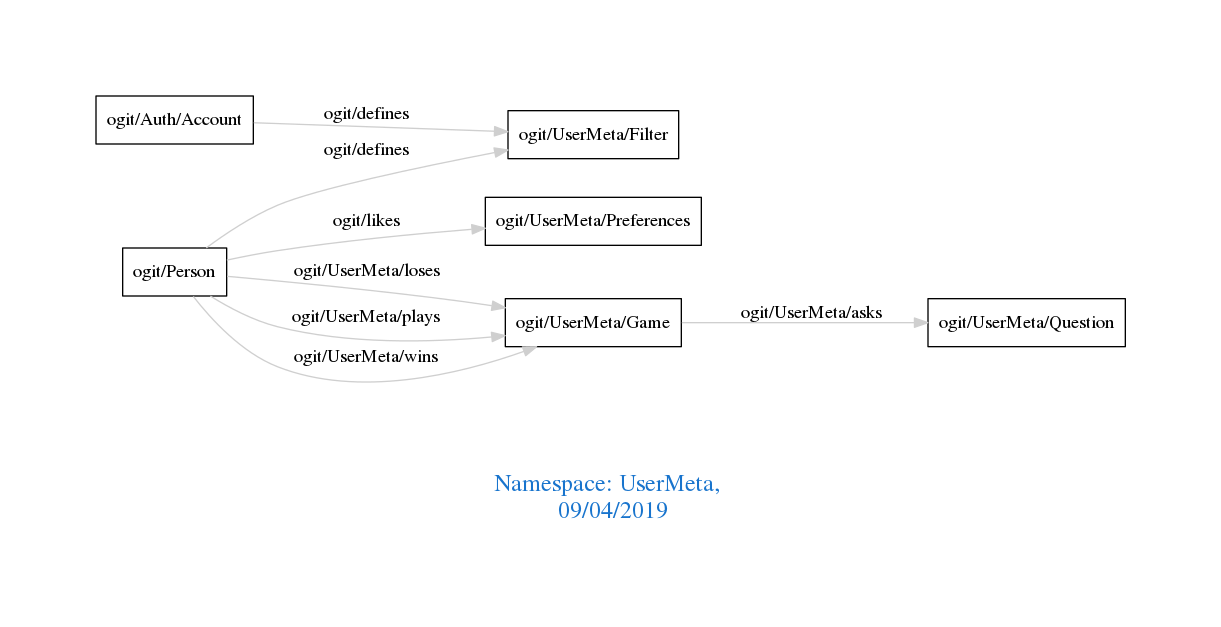
arago/OGIT keeps this Graphviz diagram as downloads/UserMeta.png. Above is the earlier version. Its source is kept beside it as downloads/UserMeta.dot.
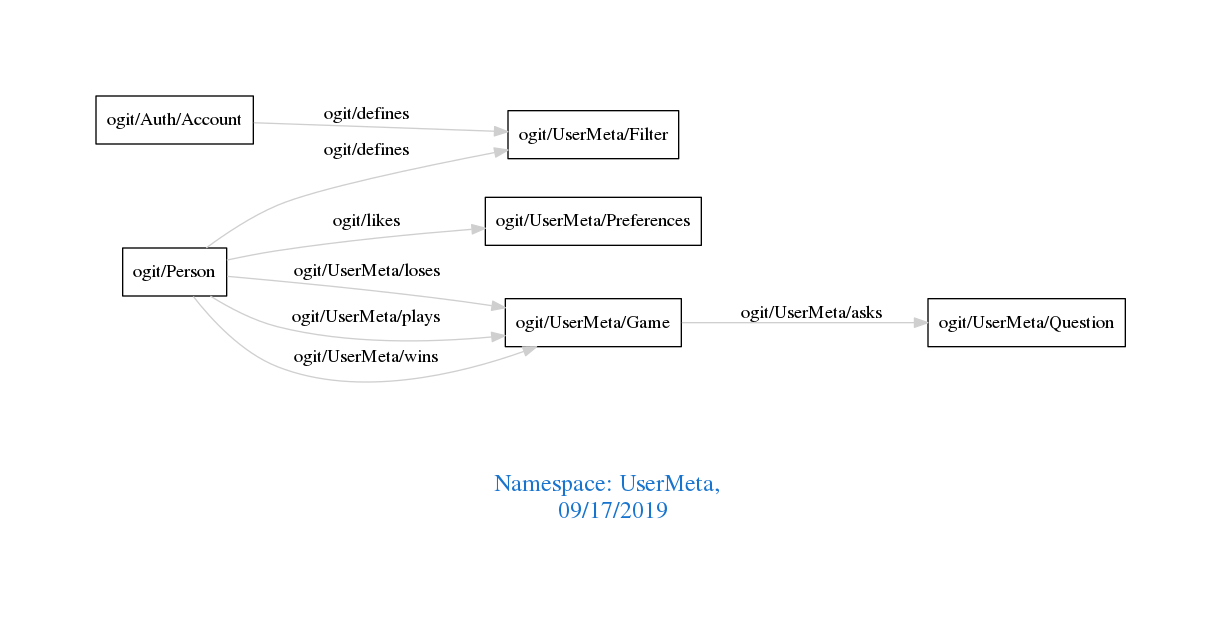
Later version of the same file.

The edit, as a diff of the source:
```diff
@@ -1,7 +1,7 @@
 digraph OGIT_ontology {
  graph [ rankdir= LR,pad=1
 fontsize = 18,
-fontcolor= dodgerblue3,label = "\n\n\nNamespace: UserMeta, \n 09/04/2019"];
+fontcolor= dodgerblue3,label = "\n\n\nNamespace: UserMeta, \n 09/17/2019"];
 node[shape=polygon];
 edge [  color="gray81"];
 
```
